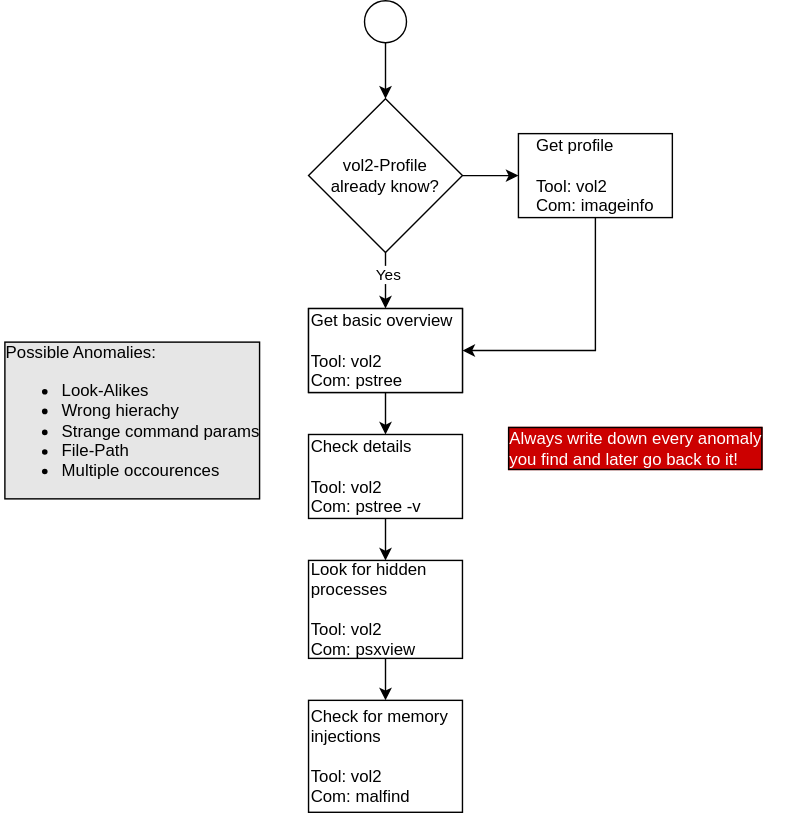
Earlier version of the draw.io export flowcharts/dfir/find_rogue_process.svg (sn0b4ll/cheatsheets). Source tidied: cells renumbered, new cells last; positions are measured from the earlier drawing's top-left corner, leaving out a move shared by most shapes.
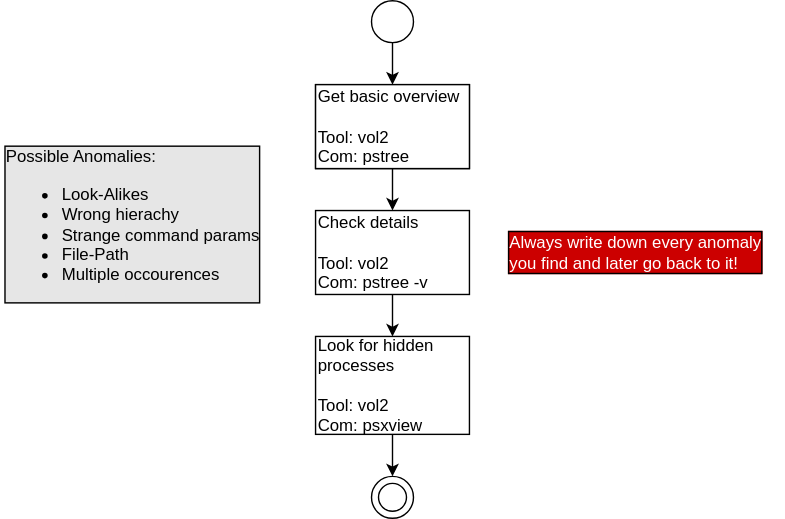
Above is the later version.

Change to the diagram source:
```diff
@@ -2,24 +2,6 @@
   <root>
     <mxCell id="0" />
     <mxCell id="1" parent="0" />
-    <mxCell id="2" style="edgeStyle=orthogonalEdgeStyle;rounded=0;jettySize=auto;html=1;" parent="1" edge="1" source="5" target="8">
-      <mxGeometry relative="1" as="geometry" />
-    </mxCell>
-    <mxCell id="3" value="&lt;div&gt;Yes&lt;/div&gt;" style="edgeLabel;html=1;align=center;verticalAlign=middle;" parent="2" vertex="1">
-      <mxGeometry x="-0.25" y="1" relative="1" as="geometry" />
-    </mxCell>
-    <mxCell id="4" style="edgeStyle=orthogonalEdgeStyle;rounded=0;jettySize=auto;html=1;" parent="1" edge="1" source="5" target="7">
-      <mxGeometry relative="1" as="geometry" />
-    </mxCell>
-    <mxCell id="5" value="&lt;div&gt;vol2-Profile &lt;br&gt;&lt;/div&gt;&lt;div&gt;already know?&lt;/div&gt;" style="rhombus;whiteSpace=wrap;html=1;" parent="1" vertex="1">
-      <mxGeometry x="220" y="70" width="110" height="110" as="geometry" />
-    </mxCell>
-    <mxCell id="6" style="edgeStyle=orthogonalEdgeStyle;rounded=0;jettySize=auto;html=1;exitX=0.5;exitY=1;exitDx=0;exitDy=0;entryX=1;entryY=0.5;entryDx=0;entryDy=0;" parent="1" edge="1" source="7" target="10">
-      <mxGeometry relative="1" as="geometry" />
-    </mxCell>
-    <mxCell id="7" value="&lt;div align=&quot;left&quot;&gt;Get profile&lt;/div&gt;&lt;div align=&quot;left&quot;&gt;&lt;br&gt;&lt;/div&gt;&lt;div align=&quot;left&quot;&gt;Tool: vol2&lt;/div&gt;&lt;div align=&quot;left&quot;&gt;Com: imageinfo&lt;br&gt;&lt;/div&gt;" style="whiteSpace=wrap;html=1;rounded=0;comic=0;" parent="1" vertex="1">
-      <mxGeometry x="370" y="95" width="110" height="60" as="geometry" />
-    </mxCell>
     <mxCell id="8" value="&lt;div&gt;vol2-Profile &lt;br&gt;&lt;/div&gt;&lt;div&gt;already know?&lt;/div&gt;" style="whiteSpace=wrap;html=1;" parent="1" vertex="1">
       <mxGeometry x="220" y="220" width="110" height="60" as="geometry" />
     </mxCell>
@@ -35,26 +17,32 @@
     <mxCell id="12" value="&lt;div align=&quot;left&quot;&gt;Check details &lt;br&gt;&lt;br&gt;Tool: vol2&lt;br&gt;Com: pstree -v&lt;br&gt;&lt;/div&gt;" style="whiteSpace=wrap;html=1;align=left;" parent="1" vertex="1">
       <mxGeometry x="220" y="310" width="110" height="60" as="geometry" />
     </mxCell>
-    <mxCell id="13" value="&lt;div align=&quot;left&quot;&gt;Check for memory injections &lt;br&gt;&lt;br&gt;Tool: vol2&lt;br&gt;Com: malfind&lt;br&gt;&lt;/div&gt;" style="whiteSpace=wrap;html=1;align=left;" parent="1" vertex="1">
-      <mxGeometry x="220" y="500" width="110" height="80" as="geometry" />
-    </mxCell>
     <mxCell id="14" value="&lt;div&gt;Possible Anomalies:&lt;/div&gt;&lt;ul&gt;&lt;li&gt;Look-Alikes&lt;/li&gt;&lt;li&gt;Wrong hierachy&lt;/li&gt;&lt;li&gt;Strange command params&lt;/li&gt;&lt;li&gt;File-Path&lt;/li&gt;&lt;li&gt;Multiple occourences&lt;br&gt;&lt;/li&gt;&lt;/ul&gt;" style="text;html=1;strokeColor=none;fillColor=none;align=left;verticalAlign=middle;rounded=0;labelBorderColor=#000000;whiteSpace=wrap;fontColor=#000000;labelBackgroundColor=#E6E6E6;spacing=3;spacingLeft=0;" parent="1" vertex="1">
-      <mxGeometry y="290" width="200" height="20" as="geometry" />
+      <mxGeometry x="-5" y="310" width="200" height="20" as="geometry" />
     </mxCell>
-    <mxCell id="15" style="edgeStyle=orthogonalEdgeStyle;rounded=0;jettySize=auto;html=1;exitX=0.5;exitY=1;exitDx=0;exitDy=0;entryX=0.5;entryY=0;entryDx=0;entryDy=0;fontColor=#000000;" parent="1" edge="1" source="16" target="5">
+    <mxCell id="15" style="edgeStyle=orthogonalEdgeStyle;rounded=0;jettySize=auto;html=1;exitX=0.5;exitY=1;exitDx=0;exitDy=0;entryX=0.5;entryY=0;entryDx=0;entryDy=0;fontColor=#000000;" parent="1" edge="1" source="16" target="10">
       <mxGeometry relative="1" as="geometry" />
     </mxCell>
     <mxCell id="16" style="ellipse;whiteSpace=wrap;html=1;labelBackgroundColor=#E6E6E6;fontColor=#000000;align=left;" parent="1" vertex="1">
-      <mxGeometry x="260" width="30" height="30" as="geometry" />
+      <mxGeometry x="260" y="160" width="30" height="30" as="geometry" />
     </mxCell>
     <mxCell id="17" value="&lt;div&gt;Always write down every anomaly&lt;/div&gt;&lt;div&gt;you find and later go back to it!&lt;/div&gt;" style="text;html=1;strokeColor=none;fillColor=none;align=left;verticalAlign=middle;rounded=0;labelBorderColor=#000000;whiteSpace=wrap;fontColor=#FFFFFF;labelBackgroundColor=#CC0000;spacing=3;spacingLeft=0;perimeterSpacing=0;" parent="1" vertex="1">
-      <mxGeometry x="360" y="310" width="200" height="20" as="geometry" />
+      <mxGeometry x="355" y="330" width="200" height="20" as="geometry" />
     </mxCell>
-    <mxCell id="18" style="edgeStyle=orthogonalEdgeStyle;rounded=0;jettySize=auto;html=1;exitX=0.5;exitY=1;exitDx=0;exitDy=0;entryX=0.5;entryY=0;entryDx=0;entryDy=0;fontColor=#FFFFFF;" parent="1" edge="1" source="19" target="13">
+    <mxCell id="18" style="edgeStyle=orthogonalEdgeStyle;rounded=0;jettySize=auto;html=1;exitX=0.5;exitY=1;exitDx=0;exitDy=0;entryX=0.5;entryY=0;entryDx=0;entryDy=0;fontColor=#FFFFFF;" parent="1" edge="1" source="19" target="21">
       <mxGeometry relative="1" as="geometry" />
     </mxCell>
     <mxCell id="19" value="&lt;div align=&quot;left&quot;&gt;Look for hidden processes&lt;br&gt;&lt;br&gt;Tool: vol2&lt;br&gt;Com: psxview&lt;br&gt;&lt;/div&gt;" style="whiteSpace=wrap;html=1;align=left;" parent="1" vertex="1">
       <mxGeometry x="220" y="400" width="110" height="70" as="geometry" />
     </mxCell>
+    <mxCell id="20" style="group;" parent="1" vertex="1">
+      <mxGeometry x="260" y="500" width="30" height="30" as="geometry" />
+    </mxCell>
+    <mxCell id="21" style="ellipse;whiteSpace=wrap;html=1;labelBackgroundColor=#E6E6E6;fontColor=#000000;align=left;" parent="20" vertex="1">
+      <mxGeometry width="30" height="30" as="geometry" />
+    </mxCell>
+    <mxCell id="22" style="ellipse;whiteSpace=wrap;html=1;labelBackgroundColor=#E6E6E6;fontColor=#000000;align=left;" parent="20" vertex="1">
+      <mxGeometry x="5" y="5" width="20" height="20" as="geometry" />
+    </mxCell>
   </root>
 </mxGraphModel>
```
